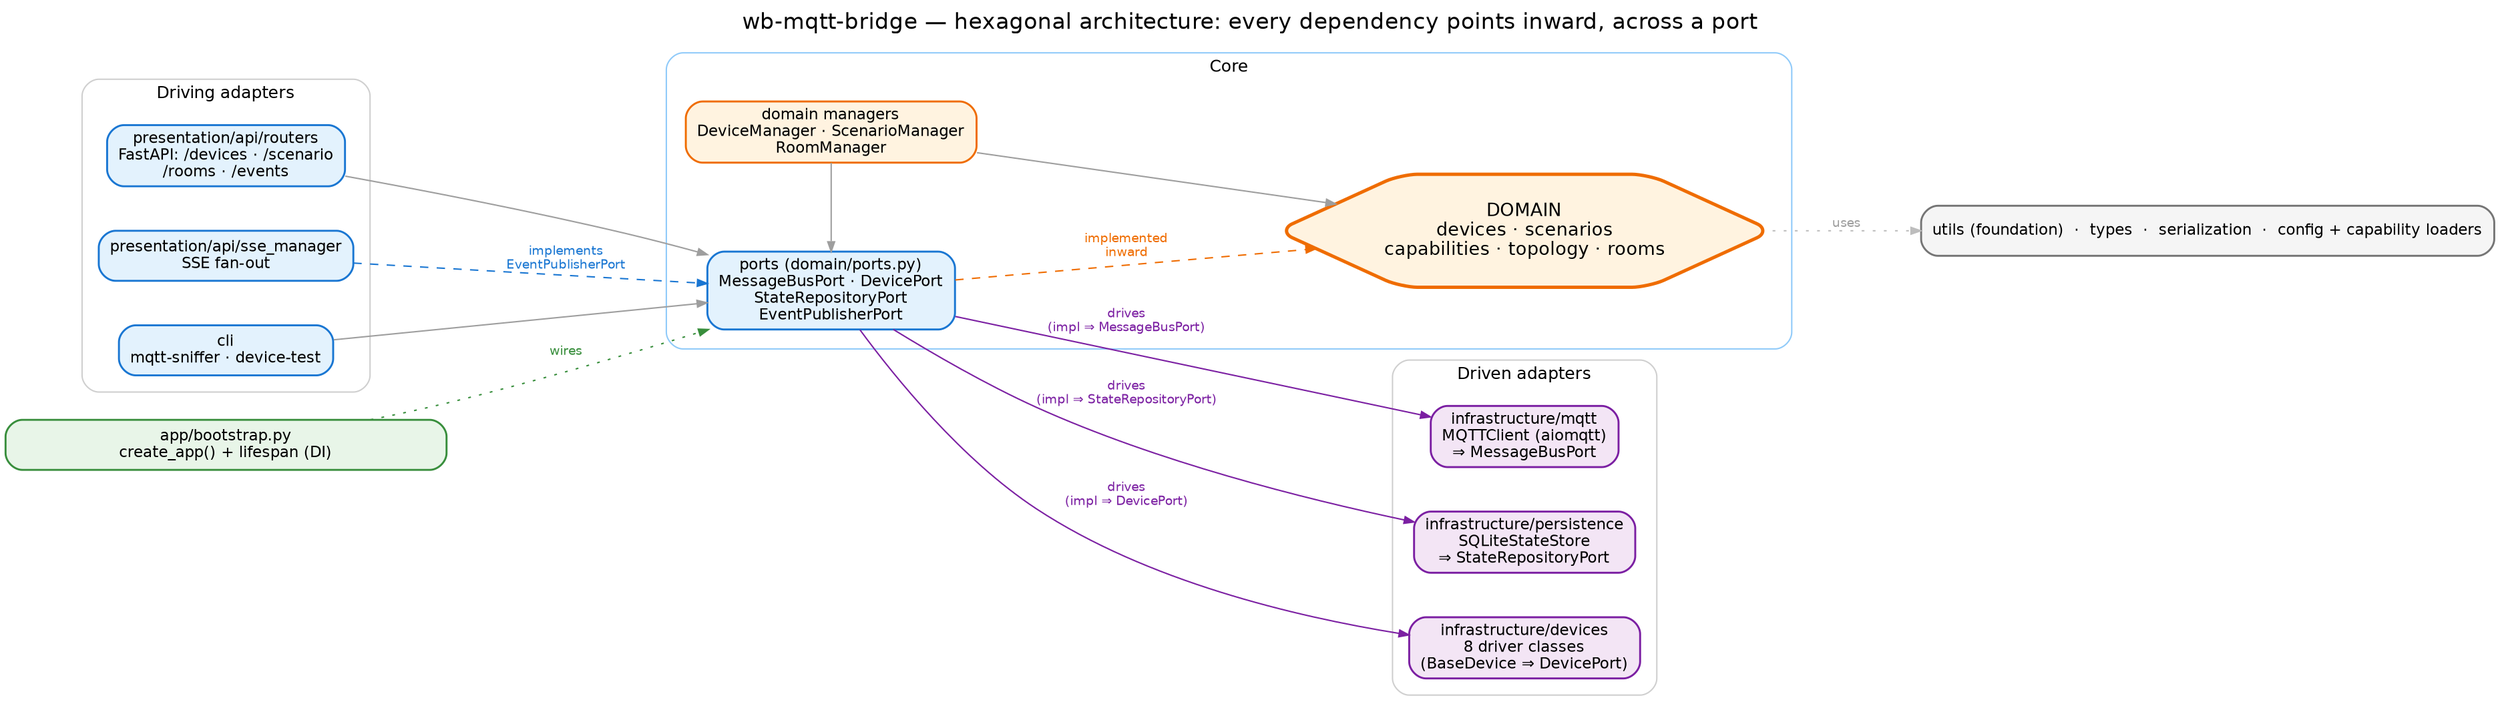
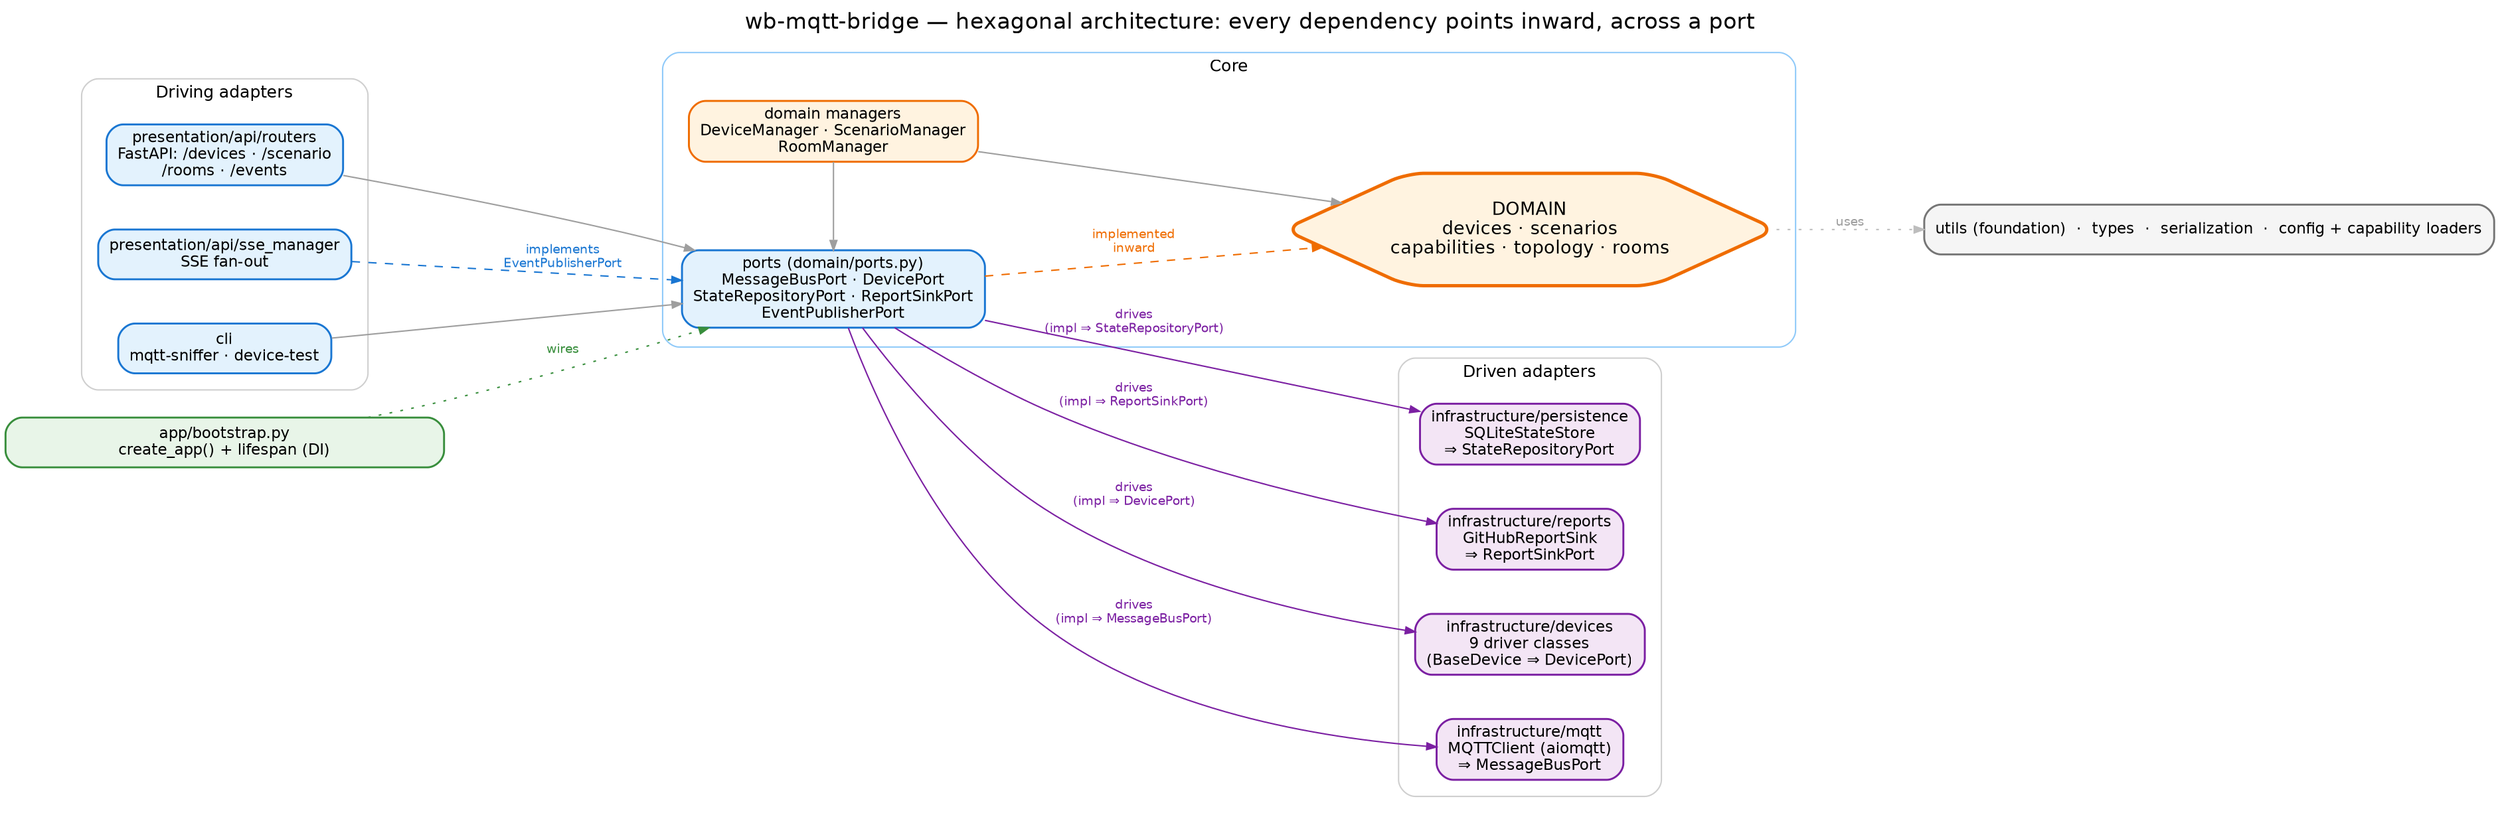
// wb-mqtt-bridge — hexagonal architecture (ports & adapters). Render:
//   dot -Tpng docs/images/hexagon.dot -o docs/images/hexagon.png
//
// Shared palette (reused across every wb-mqtt-bridge diagram):
//   domain          amber   fill #fff3e0 / line #ef6c00
//   presentation    blue    fill #e3f2fd / line #1976d2   (driving adapters)
//   infrastructure  purple  fill #f3e5f5 / line #7b1fa2   (driven adapters)
//   app / cli       green   fill #e8f5e8 / line #388e3c   (composition root)
//   foundation      grey    fill #f5f5f5 / line #757575   (utils / cross-cutting)
digraph hexagon {
  rankdir=LR;
  newrank=true;
  bgcolor="white";
  splines=spline;
  nodesep=0.45; ranksep=1.2;
  fontname="Helvetica"; labelloc=t; fontsize=16;
  label="wb-mqtt-bridge — hexagonal architecture: every dependency points inward, across a port";

  node [fontname="Helvetica", fontsize=11, shape=box, style="filled,rounded", penwidth=1.4];
  edge [fontname="Helvetica", fontsize=9, color="#9e9e9e", arrowsize=0.7];

  // --- driving side (primary / left): HTTP, SSE, CLI ---
  subgraph cluster_drive {
    label="Driving adapters"; fontsize=12; color="#cfcfcf"; style=rounded; margin=12;
    routers [label="presentation/api/routers\nFastAPI: /devices · /scenario\n/rooms · /events", fillcolor="#e3f2fd", color="#1976d2"];
    sse     [label="presentation/api/sse_manager\nSSE fan-out", fillcolor="#e3f2fd", color="#1976d2"];
    cli     [label="cli\nmqtt-sniffer · device-test", fillcolor="#e3f2fd", color="#1976d2"];
  }

  // --- core + domain (center) ---
  subgraph cluster_core {
    label="Core"; fontsize=12; color="#90caf9"; style=rounded; margin=14;
-     ports    [label="ports (domain/ports.py)\nMessageBusPort · DevicePort\nStateRepositoryPort\nEventPublisherPort",
+     ports    [label="ports (domain/ports.py)\nMessageBusPort · DevicePort\nStateRepositoryPort · ReportSinkPort\nEventPublisherPort",
              fillcolor="#e3f2fd", color="#1976d2"];
    managers [label="domain managers\nDeviceManager · ScenarioManager\nRoomManager",
              fillcolor="#fff3e0", color="#ef6c00"];
    domain   [label="DOMAIN\ndevices · scenarios\ncapabilities · topology · rooms",
              shape=hexagon, fillcolor="#fff3e0", color="#ef6c00", penwidth=2.4, fontsize=13];
  }

  // --- driven side (secondary / right): one node per port (collapses sibling adapters) ---
  subgraph cluster_driven {
    label="Driven adapters"; fontsize=12; color="#cfcfcf"; style=rounded; margin=12;
-     drivers [label="infrastructure/devices\n8 driver classes\n(BaseDevice ⇒ DevicePort)",
+     drivers [label="infrastructure/devices\n9 driver classes\n(BaseDevice ⇒ DevicePort)",
             fillcolor="#f3e5f5", color="#7b1fa2"];
    bus     [label="infrastructure/mqtt\nMQTTClient (aiomqtt)\n⇒ MessageBusPort",
             fillcolor="#f3e5f5", color="#7b1fa2"];
    store   [label="infrastructure/persistence\nSQLiteStateStore\n⇒ StateRepositoryPort",
+              fillcolor="#f3e5f5", color="#7b1fa2"];
+     sink    [label="infrastructure/reports\nGitHubReportSink\n⇒ ReportSinkPort",
             fillcolor="#f3e5f5", color="#7b1fa2"];
  }

  // --- composition root + foundation ---
  bootstrap [label="app/bootstrap.py\ncreate_app() + lifespan (DI)",
             fillcolor="#e8f5e8", color="#388e3c", width=4.4];
  base [label="utils (foundation)  ·  types  ·  serialization  ·  config + capability loaders",
        fillcolor="#f5f5f5", color="#757575", width=5.4];

  // dependencies (inward). Driving adapters and the managers depend on the ports.
  // Driven adapters implement the ports: the *dependency* points inward (driver -> port),
  // but the *runtime call* goes outward (core invokes the adapter through the port).
  // Drawn forward (core -> adapter) so dot ranks adapters to the right; arrowhead is on the
  // adapter to show "the core drives this through the port".
  routers   -> ports;
  cli       -> ports;
  managers  -> ports;
  ports -> drivers [label="drives\n(impl ⇒ DevicePort)", color="#7b1fa2", fontcolor="#7b1fa2"];
  ports -> bus     [label="drives\n(impl ⇒ MessageBusPort)", color="#7b1fa2", fontcolor="#7b1fa2"];
  ports -> store   [label="drives\n(impl ⇒ StateRepositoryPort)", color="#7b1fa2", fontcolor="#7b1fa2"];
+   ports -> sink    [label="drives\n(impl ⇒ ReportSinkPort)", color="#7b1fa2", fontcolor="#7b1fa2"];

  // EventPublisherPort: SSE (presentation) implements it; injected into devices at bootstrap
  // so a driver can surface state-changes without importing presentation.
  sse -> ports [style=dashed, color="#1976d2", fontcolor="#1976d2",
                label="implements\nEventPublisherPort"];

  // ports face the domain (implemented inward); managers live inside the core
  ports    -> domain [style=dashed, label="implemented\ninward", color="#ef6c00", fontcolor="#ef6c00"];
  managers -> domain;

  // composition root wires the whole thing
  bootstrap -> ports [style=dotted, color="#388e3c", fontcolor="#388e3c", label="wires"];

  // foundation is used by all, depends on nothing
  domain -> base [style=dotted, color="#bdbdbd", label="uses", fontcolor="#9e9e9e"];

  // explicit rank pinning: driving < core < driven; foundation as a sink
  {rank=min; routers; sse; cli}
  {rank=same; ports; managers}
-   {rank=same; drivers; bus; store}
+   {rank=same; drivers; bus; store; sink}
  {rank=max; base}
}
